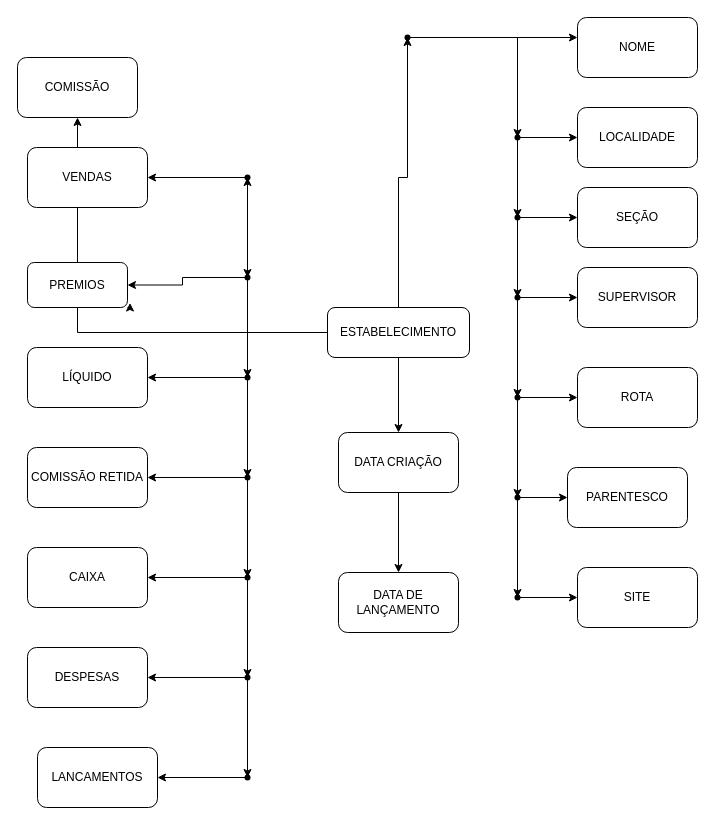
Above: Untitled Diagram.drawio in OliverioJunior/typeScript (draw.io), before the change. Source tidied: cells renumbered, new cells numbered last; positions are measured from the earlier drawing's top-left corner, leaving out a move shared by most shapes. Both pictures are drawn from the tidied source at 100%, with x=0, y=0 at pixel (17, 17).
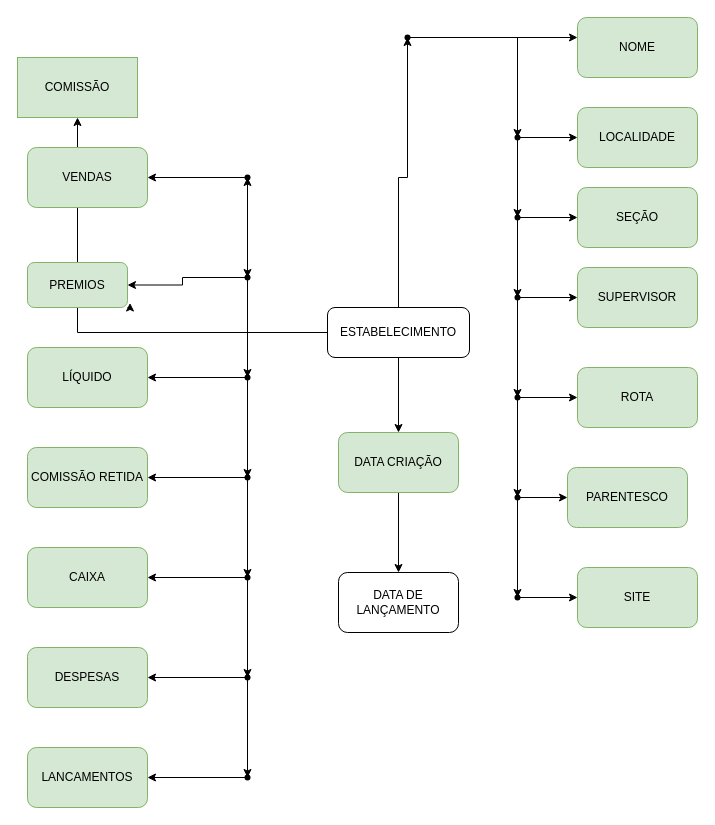
After the change.

The change refers to these unchanged cells:
```xml
<mxCell id="9" style="shape=waypoint;sketch=0;size=6;points=[];fillColor=default;perimeter=centerPerimeter;snapToPoint=1;rounded=1;" parent="1" vertex="1">
  <mxGeometry x="380" y="10" width="20" height="20" as="geometry" />
</mxCell>
<mxCell id="12" style="shape=waypoint;sketch=0;size=6;points=[];fillColor=default;perimeter=centerPerimeter;snapToPoint=1;rounded=1;" parent="1" vertex="1">
  <mxGeometry x="490" y="110" width="20" height="20" as="geometry" />
</mxCell>
```

The edit, as a diff of the source:
```diff
@@
     <mxCell id="7" style="edgeStyle=orthogonalEdgeStyle;rounded=0;jettySize=auto;html=1;" parent="1" edge="1" source="9" target="12">
-      <mxGeometry relative="1" as="geometry" />
+      <mxGeometry relative="1" as="geometry">
+        <Array as="points">
+          <mxPoint x="500" y="20" />
+        </Array>
+      </mxGeometry>
     </mxCell>
@@
-    <mxCell id="16" value="NOME" style="whiteSpace=wrap;html=1;sketch=0;rounded=1;" parent="1" vertex="1">
+    <mxCell id="16" value="NOME" style="whiteSpace=wrap;html=1;sketch=0;rounded=1;fillColor=#d5e8d4;strokeColor=#82b366;" parent="1" vertex="1">
       <mxGeometry x="560" width="120" height="60" as="geometry" />
     </mxCell>
-    <mxCell id="17" value="LOCALIDADE" style="whiteSpace=wrap;html=1;sketch=0;rounded=1;" parent="1" vertex="1">
+    <mxCell id="17" value="LOCALIDADE" style="whiteSpace=wrap;html=1;sketch=0;rounded=1;fillColor=#d5e8d4;strokeColor=#82b366;" parent="1" vertex="1">
       <mxGeometry x="560" y="90" width="120" height="60" as="geometry" />
     </mxCell>
-    <mxCell id="18" value="SEÇÃO" style="whiteSpace=wrap;html=1;sketch=0;rounded=1;" parent="1" vertex="1">
+    <mxCell id="18" value="SEÇÃO" style="whiteSpace=wrap;html=1;sketch=0;rounded=1;fillColor=#d5e8d4;strokeColor=#82b366;" parent="1" vertex="1">
       <mxGeometry x="560" y="170" width="120" height="60" as="geometry" />
     </mxCell>
@@
-    <mxCell id="22" value="SUPERVISOR" style="whiteSpace=wrap;html=1;sketch=0;rounded=1;" parent="1" vertex="1">
+    <mxCell id="22" value="SUPERVISOR" style="whiteSpace=wrap;html=1;sketch=0;rounded=1;fillColor=#d5e8d4;strokeColor=#82b366;" parent="1" vertex="1">
       <mxGeometry x="560" y="250" width="120" height="60" as="geometry" />
     </mxCell>
@@
-    <mxCell id="29" value="ROTA" style="whiteSpace=wrap;html=1;sketch=0;rounded=1;" parent="1" vertex="1">
+    <mxCell id="29" value="ROTA" style="whiteSpace=wrap;html=1;sketch=0;rounded=1;fillColor=#d5e8d4;strokeColor=#82b366;" parent="1" vertex="1">
       <mxGeometry x="560" y="350" width="120" height="60" as="geometry" />
     </mxCell>
-    <mxCell id="30" value="PARENTESCO" style="whiteSpace=wrap;html=1;sketch=0;rounded=1;" parent="1" vertex="1">
+    <mxCell id="30" value="PARENTESCO" style="whiteSpace=wrap;html=1;sketch=0;rounded=1;fillColor=#d5e8d4;strokeColor=#82b366;" parent="1" vertex="1">
       <mxGeometry x="550" y="450" width="120" height="60" as="geometry" />
     </mxCell>
@@
-    <mxCell id="34" value="VENDAS" style="whiteSpace=wrap;html=1;sketch=0;rounded=1;" parent="1" vertex="1">
+    <mxCell id="34" value="VENDAS" style="whiteSpace=wrap;html=1;sketch=0;rounded=1;fillColor=#d5e8d4;strokeColor=#82b366;" parent="1" vertex="1">
       <mxGeometry x="10" y="130" width="120" height="60" as="geometry" />
     </mxCell>
@@
-    <mxCell id="47" value="PREMIOS" style="whiteSpace=wrap;html=1;sketch=0;rounded=1;" parent="1" vertex="1">
+    <mxCell id="47" value="PREMIOS" style="whiteSpace=wrap;html=1;sketch=0;rounded=1;fillColor=#d5e8d4;strokeColor=#82b366;" parent="1" vertex="1">
       <mxGeometry x="10" y="245" width="100" height="45" as="geometry" />
     </mxCell>
@@
-    <mxCell id="49" value="LÍQUIDO" style="whiteSpace=wrap;html=1;sketch=0;rounded=1;" parent="1" vertex="1">
+    <mxCell id="49" value="LÍQUIDO" style="whiteSpace=wrap;html=1;sketch=0;rounded=1;fillColor=#d5e8d4;strokeColor=#82b366;" parent="1" vertex="1">
       <mxGeometry x="10" y="330" width="120" height="60" as="geometry" />
     </mxCell>
-    <mxCell id="50" value="COMISSÃO RETIDA" style="whiteSpace=wrap;html=1;sketch=0;rounded=1;" parent="1" vertex="1">
+    <mxCell id="50" value="COMISSÃO RETIDA" style="whiteSpace=wrap;html=1;sketch=0;rounded=1;fillColor=#d5e8d4;strokeColor=#82b366;" parent="1" vertex="1">
       <mxGeometry x="10" y="430" width="120" height="60" as="geometry" />
     </mxCell>
-    <mxCell id="51" value="CAIXA" style="whiteSpace=wrap;html=1;sketch=0;rounded=1;" parent="1" vertex="1">
+    <mxCell id="51" value="CAIXA" style="whiteSpace=wrap;html=1;sketch=0;rounded=1;fillColor=#d5e8d4;strokeColor=#82b366;" parent="1" vertex="1">
       <mxGeometry x="10" y="530" width="120" height="60" as="geometry" />
     </mxCell>
@@
-    <mxCell id="55" value="DESPESAS" style="whiteSpace=wrap;html=1;sketch=0;rounded=1;" parent="1" vertex="1">
+    <mxCell id="55" value="DESPESAS" style="whiteSpace=wrap;html=1;sketch=0;rounded=1;fillColor=#d5e8d4;strokeColor=#82b366;" parent="1" vertex="1">
       <mxGeometry x="10" y="630" width="120" height="60" as="geometry" />
     </mxCell>
@@
-    <mxCell id="58" value="LANCAMENTOS" style="whiteSpace=wrap;html=1;sketch=0;rounded=1;" parent="1" vertex="1">
-      <mxGeometry x="20" y="730" width="120" height="60" as="geometry" />
+    <mxCell id="58" value="LANCAMENTOS" style="whiteSpace=wrap;html=1;sketch=0;rounded=1;fillColor=#d5e8d4;strokeColor=#82b366;" parent="1" vertex="1">
+      <mxGeometry x="10" y="730" width="120" height="60" as="geometry" />
     </mxCell>
@@
-    <mxCell id="61" value="SITE" style="whiteSpace=wrap;html=1;sketch=0;rounded=1;" parent="1" vertex="1">
+    <mxCell id="61" value="SITE" style="whiteSpace=wrap;html=1;sketch=0;rounded=1;fillColor=#d5e8d4;strokeColor=#82b366;" parent="1" vertex="1">
       <mxGeometry x="560" y="550" width="120" height="60" as="geometry" />
     </mxCell>
-    <mxCell id="62" value="COMISSÃO" style="whiteSpace=wrap;html=1;rounded=1;" parent="1" vertex="1">
+    <mxCell id="62" value="COMISSÃO" style="whiteSpace=wrap;html=1;rounded=1;arcSize=0;fillColor=#d5e8d4;strokeColor=#82b366;" parent="1" vertex="1">
       <mxGeometry y="40" width="120" height="60" as="geometry" />
     </mxCell>
@@
-    <mxCell id="64" value="DATA CRIAÇÃO" style="whiteSpace=wrap;html=1;rounded=1;" parent="1" vertex="1">
+    <mxCell id="64" value="DATA CRIAÇÃO" style="whiteSpace=wrap;html=1;rounded=1;fillColor=#d5e8d4;strokeColor=#82b366;" parent="1" vertex="1">
       <mxGeometry x="321" y="415" width="120" height="60" as="geometry" />
     </mxCell>
```
